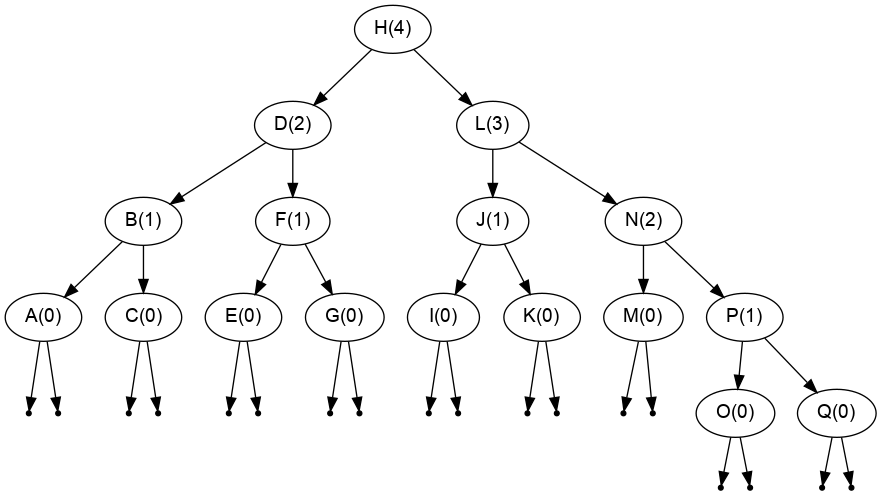
Above: bst.dot.png in jeffknerr/avlbst (Graphviz), before the change. Its source is kept beside it as bst.dot.
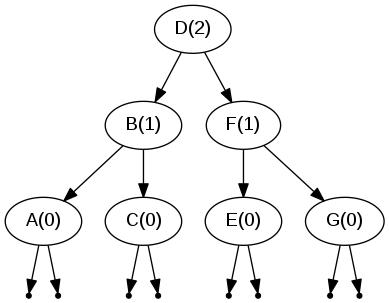
After the change.

The edit, as a diff of the source:
```diff
@@ -1,6 +1,5 @@
 digraph BST {
    node [fontname="Arial"];
-   "H(4)" -> "D(2)" ;
    "D(2)" -> "B(1)" ;
    "B(1)" -> "A(0)" ;
    null1 [shape=point];
@@ -23,33 +22,4 @@
    "G(0)" -> null7;
    null8 [shape=point];
    "G(0)" -> null8;
-   "H(4)" -> "L(3)" ;
-   "L(3)" -> "J(1)" ;
-   "J(1)" -> "I(0)" ;
-   null9 [shape=point];
-   "I(0)" -> null9;
-   null10 [shape=point];
-   "I(0)" -> null10;
-   "J(1)" -> "K(0)" ;
-   null11 [shape=point];
-   "K(0)" -> null11;
-   null12 [shape=point];
-   "K(0)" -> null12;
-   "L(3)" -> "N(2)" ;
-   "N(2)" -> "M(0)" ;
-   null13 [shape=point];
-   "M(0)" -> null13;
-   null14 [shape=point];
-   "M(0)" -> null14;
-   "N(2)" -> "P(1)" ;
-   "P(1)" -> "O(0)" ;
-   null15 [shape=point];
-   "O(0)" -> null15;
-   null16 [shape=point];
-   "O(0)" -> null16;
-   "P(1)" -> "Q(0)" ;
-   null17 [shape=point];
-   "Q(0)" -> null17;
-   null18 [shape=point];
-   "Q(0)" -> null18;
 }
```
